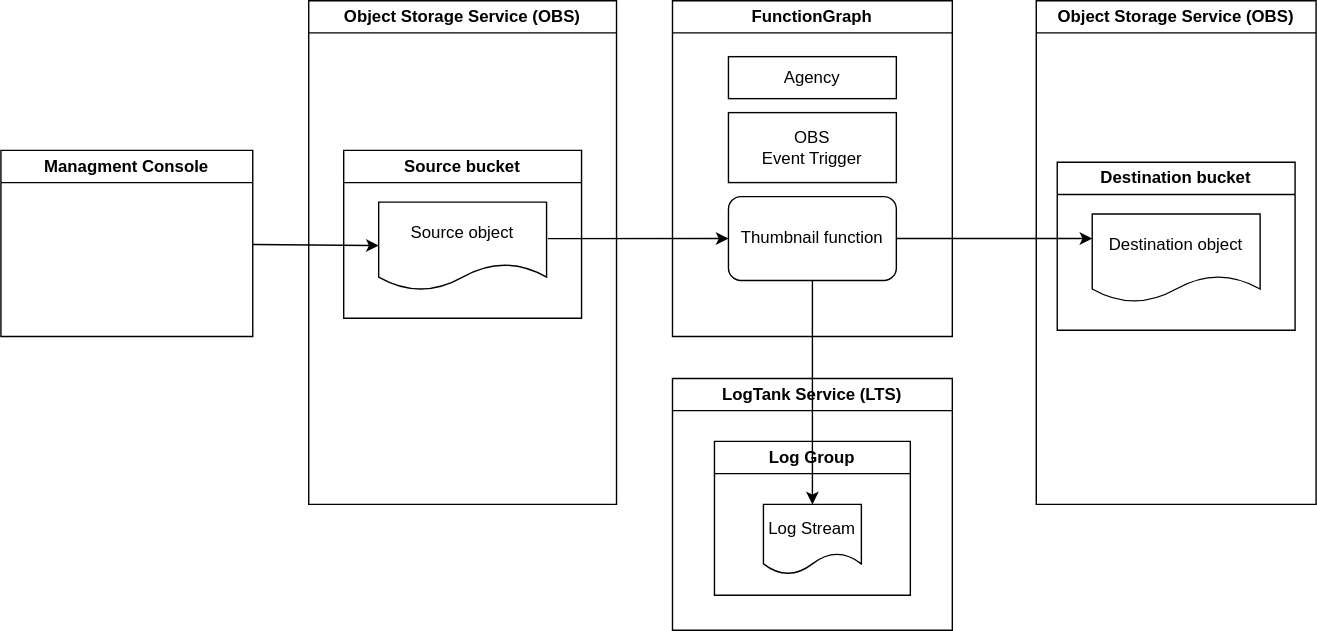
Before: doc/source/samples/obssamples/thumbnail/thumbnail.drawio.svg, a diagram exported from draw.io (opentelekomcloud/opentelekomcloud-functiongraph-java). Source tidied: cells renumbered, new cells last; positions are measured from the earlier drawing's top-left corner, leaving out a move shared by most shapes.
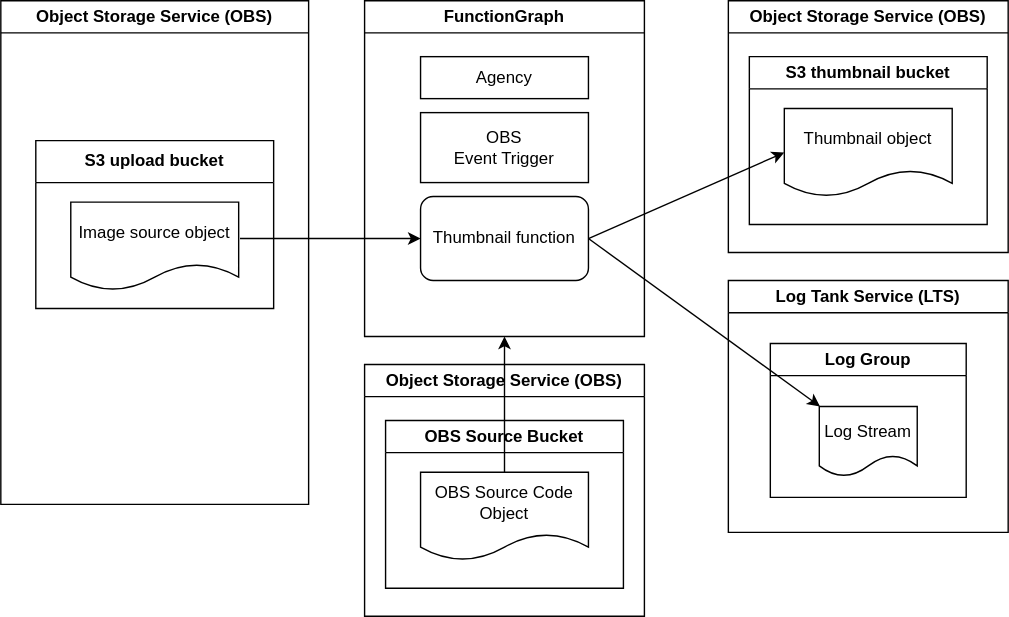
Above is the later version.

The edit, as a diff of the source:
```diff
@@ -5,11 +5,11 @@
     <mxCell id="2" value="Object Storage Service (OBS)" style="swimlane;whiteSpace=wrap;html=1;" parent="1" vertex="1">
       <mxGeometry x="220" width="220" height="360" as="geometry" />
     </mxCell>
-    <mxCell id="3" value="Source bucket" style="swimlane;whiteSpace=wrap;html=1;" parent="2" vertex="1">
-      <mxGeometry x="25" y="107" width="170" height="120" as="geometry" />
+    <mxCell id="3" value="S3 upload&amp;nbsp;&lt;span style=&quot;background-color: transparent;&quot;&gt;bucket&lt;/span&gt;" style="swimlane;whiteSpace=wrap;html=1;startSize=30;" parent="2" vertex="1">
+      <mxGeometry x="25" y="100" width="170" height="120" as="geometry" />
     </mxCell>
-    <mxCell id="4" value="Source object" style="shape=document;whiteSpace=wrap;html=1;boundedLbl=1;" parent="3" vertex="1">
-      <mxGeometry x="25" y="37" width="120" height="63" as="geometry" />
+    <mxCell id="4" value="Image source object" style="shape=document;whiteSpace=wrap;html=1;boundedLbl=1;" parent="3" vertex="1">
+      <mxGeometry x="25" y="44" width="120" height="63" as="geometry" />
     </mxCell>
     <mxCell id="5" value="FunctionGraph" style="swimlane;whiteSpace=wrap;html=1;" parent="1" vertex="1">
       <mxGeometry x="480" width="200" height="240" as="geometry" />
@@ -24,16 +24,16 @@
       <mxGeometry x="40" y="80" width="120" height="50" as="geometry" />
     </mxCell>
     <mxCell id="9" value="Object Storage Service (OBS)" style="swimlane;whiteSpace=wrap;html=1;" parent="1" vertex="1">
-      <mxGeometry x="740" width="200" height="360" as="geometry" />
+      <mxGeometry x="740" width="200" height="180" as="geometry" />
     </mxCell>
-    <mxCell id="10" value="Destination bucket" style="swimlane;whiteSpace=wrap;html=1;" parent="9" vertex="1">
-      <mxGeometry x="15" y="115.5" width="170" height="120" as="geometry" />
+    <mxCell id="10" value="S3 thumbnail bucket" style="swimlane;whiteSpace=wrap;html=1;" parent="9" vertex="1">
+      <mxGeometry x="15" y="40" width="170" height="120" as="geometry" />
     </mxCell>
-    <mxCell id="11" value="Destination object" style="shape=document;whiteSpace=wrap;html=1;boundedLbl=1;" parent="10" vertex="1">
+    <mxCell id="11" value="Thumbnail&amp;nbsp;&amp;nbsp;&lt;span style=&quot;background-color: transparent;&quot;&gt;object&lt;/span&gt;" style="shape=document;whiteSpace=wrap;html=1;boundedLbl=1;" parent="10" vertex="1">
       <mxGeometry x="25" y="37" width="120" height="63" as="geometry" />
     </mxCell>
-    <mxCell id="12" value="LogTank Service (LTS)" style="swimlane;whiteSpace=wrap;html=1;" parent="1" vertex="1">
-      <mxGeometry x="480" y="270" width="200" height="180" as="geometry" />
+    <mxCell id="12" value="Log Tank Service (LTS)" style="swimlane;whiteSpace=wrap;html=1;" parent="1" vertex="1">
+      <mxGeometry x="740" y="200" width="200" height="180" as="geometry" />
     </mxCell>
     <mxCell id="13" value="Log Group" style="swimlane;whiteSpace=wrap;html=1;" parent="12" vertex="1">
       <mxGeometry x="30" y="45" width="140" height="110" as="geometry" />
@@ -44,19 +44,23 @@
     <mxCell id="15" style="edgeStyle=none;html=1;exitX=1.008;exitY=0.413;exitDx=0;exitDy=0;entryX=0;entryY=0.5;entryDx=0;entryDy=0;exitPerimeter=0;" parent="1" edge="1" source="4" target="7">
       <mxGeometry relative="1" as="geometry" />
     </mxCell>
-    <mxCell id="16" style="edgeStyle=none;html=1;exitX=1;exitY=0.5;exitDx=0;exitDy=0;" parent="1" edge="1" source="7">
-      <mxGeometry relative="1" as="geometry">
-        <mxPoint x="780" y="170" as="targetPoint" />
-      </mxGeometry>
+    <mxCell id="16" style="edgeStyle=none;html=1;exitX=1;exitY=0.5;exitDx=0;exitDy=0;entryX=0;entryY=0.5;entryDx=0;entryDy=0;" parent="1" edge="1" source="7" target="11">
+      <mxGeometry relative="1" as="geometry" />
     </mxCell>
-    <mxCell id="17" style="edgeStyle=none;html=1;exitX=0.5;exitY=1;exitDx=0;exitDy=0;" parent="1" edge="1" source="7" target="14">
+    <mxCell id="17" style="edgeStyle=none;html=1;exitX=1;exitY=0.5;exitDx=0;exitDy=0;" parent="1" edge="1" source="7" target="14">
       <mxGeometry relative="1" as="geometry" />
     </mxCell>
-    <mxCell id="18" style="edgeStyle=none;html=1;" parent="1" edge="1" source="19" target="4">
-      <mxGeometry relative="1" as="geometry" />
-    </mxCell>
-    <mxCell id="19" value="Managment Console" style="swimlane;whiteSpace=wrap;html=1;" parent="1" vertex="1">
-      <mxGeometry y="107" width="180" height="133" as="geometry" />
-    </mxCell>
+    <mxCell id="20" value="Object Storage Service (OBS)" style="swimlane;whiteSpace=wrap;html=1;" parent="1" vertex="1">
+      <mxGeometry x="480" y="260" width="200" height="180" as="geometry" />
+    </mxCell>
+    <mxCell id="21" value="OBS Source Bucket" style="swimlane;whiteSpace=wrap;html=1;" parent="20" vertex="1">
+      <mxGeometry x="15" y="40" width="170" height="120" as="geometry" />
+    </mxCell>
+    <mxCell id="22" value="OBS Source Code&amp;nbsp;&lt;span style=&quot;background-color: transparent;&quot;&gt;Object&lt;/span&gt;" style="shape=document;whiteSpace=wrap;html=1;boundedLbl=1;" parent="21" vertex="1">
+      <mxGeometry x="25" y="37" width="120" height="63" as="geometry" />
+    </mxCell>
+    <mxCell id="23" style="edgeStyle=none;html=1;entryX=0.5;entryY=1;entryDx=0;entryDy=0;" parent="1" edge="1" source="22" target="5">
+      <mxGeometry relative="1" as="geometry" />
+    </mxCell>
   </root>
 </mxGraphModel>
```
